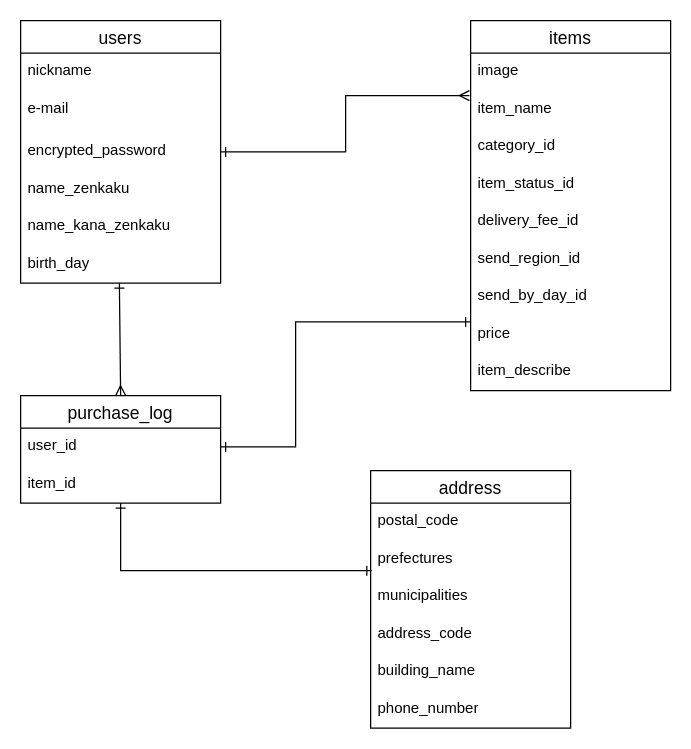
Quu-g31/furima-36562 keeps this draw.io diagram as furima.dio. Above is the earlier version. Source tidied: cells renumbered, new cells numbered last; positions are measured from the earlier drawing's top-left corner, leaving out a move shared by most shapes. Both pictures are drawn from the tidied source at 125%, with x=0, y=0 at pixel (20, 20).
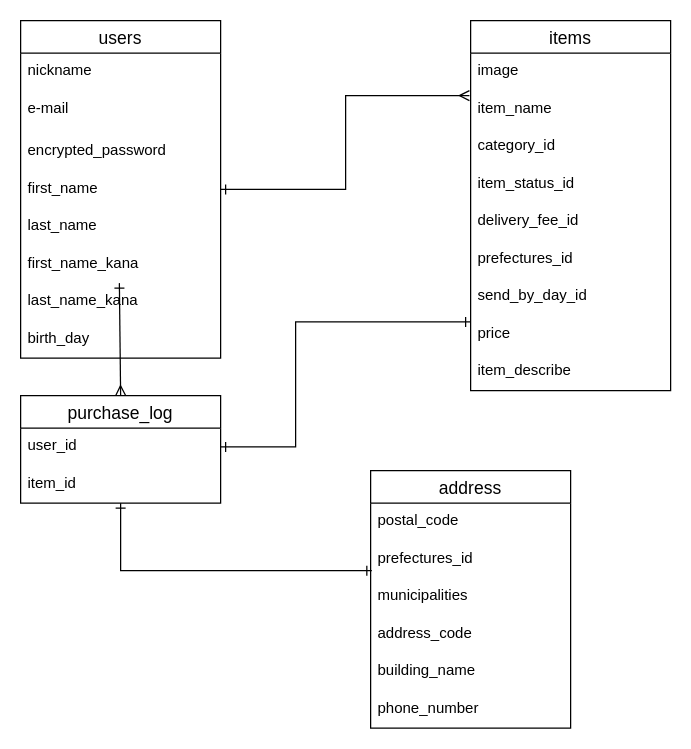
The same page after the edit.

Unchanged cells that the change refers to:
```xml
<mxCell id="10" value="items" style="swimlane;fontStyle=0;horizontal=1;startSize=26;align=center;fontSize=14;" parent="1" vertex="1">
  <mxGeometry x="360" width="160" height="296" as="geometry" />
</mxCell>
<mxCell id="25" value="address" style="swimlane;fontStyle=0;horizontal=1;startSize=26;align=center;fontSize=14;" parent="1" vertex="1">
  <mxGeometry x="280" y="360" width="160" height="206" as="geometry" />
</mxCell>
```

Change to the diagram source:
```diff
@@
     <mxCell id="3" value="users" style="swimlane;fontStyle=0;horizontal=1;startSize=26;align=center;fontSize=14;" parent="1" vertex="1">
-      <mxGeometry width="160" height="210" as="geometry" />
+      <mxGeometry width="160" height="270" as="geometry" />
     </mxCell>
@@
-    <mxCell id="7" value="name_zenkaku" style="text;strokeColor=none;fillColor=none;spacingLeft=4;spacingRight=4;overflow=hidden;fontSize=12;" parent="3" vertex="1">
+    <mxCell id="7" value="first_name" style="text;strokeColor=none;fillColor=none;spacingLeft=4;spacingRight=4;overflow=hidden;fontSize=12;" parent="3" vertex="1">
       <mxGeometry y="120" width="160" height="30" as="geometry" />
     </mxCell>
-    <mxCell id="8" value="name_kana_zenkaku" style="text;strokeColor=none;fillColor=none;spacingLeft=4;spacingRight=4;overflow=hidden;fontSize=12;" parent="3" vertex="1">
+    <mxCell id="8" value="last_name" style="text;strokeColor=none;fillColor=none;spacingLeft=4;spacingRight=4;overflow=hidden;fontSize=12;" parent="3" vertex="1">
       <mxGeometry y="150" width="160" height="30" as="geometry" />
     </mxCell>
-    <mxCell id="9" value="birth_day" style="text;strokeColor=none;fillColor=none;spacingLeft=4;spacingRight=4;overflow=hidden;fontSize=12;" parent="3" vertex="1">
+    <mxCell id="9" value="first_name_kana" style="text;strokeColor=none;fillColor=none;spacingLeft=4;spacingRight=4;overflow=hidden;fontSize=12;" parent="3" vertex="1">
       <mxGeometry y="180" width="160" height="30" as="geometry" />
     </mxCell>
+    <mxCell id="33" value="last_name_kana" style="text;strokeColor=none;fillColor=none;spacingLeft=4;spacingRight=4;overflow=hidden;fontSize=12;" parent="3" vertex="1">
+      <mxGeometry y="210" width="160" height="30" as="geometry" />
+    </mxCell>
+    <mxCell id="34" value="birth_day" style="text;strokeColor=none;fillColor=none;spacingLeft=4;spacingRight=4;overflow=hidden;fontSize=12;" parent="3" vertex="1">
+      <mxGeometry y="240" width="160" height="30" as="geometry" />
+    </mxCell>
@@
-    <mxCell id="16" value="send_region_id" style="text;strokeColor=none;fillColor=none;spacingLeft=4;spacingRight=4;overflow=hidden;fontSize=12;" parent="10" vertex="1">
+    <mxCell id="16" value="prefectures_id" style="text;strokeColor=none;fillColor=none;spacingLeft=4;spacingRight=4;overflow=hidden;fontSize=12;" parent="10" vertex="1">
       <mxGeometry y="176" width="160" height="30" as="geometry" />
     </mxCell>
@@
-    <mxCell id="27" value="prefectures" style="text;strokeColor=none;fillColor=none;spacingLeft=4;spacingRight=4;overflow=hidden;points=[[0,0.5],[1,0.5]];portConstraint=eastwest;fontSize=12;" parent="25" vertex="1">
+    <mxCell id="27" value="prefectures_id" style="text;strokeColor=none;fillColor=none;spacingLeft=4;spacingRight=4;overflow=hidden;points=[[0,0.5],[1,0.5]];portConstraint=eastwest;fontSize=12;" parent="25" vertex="1">
       <mxGeometry y="56" width="160" height="30" as="geometry" />
     </mxCell>
```
